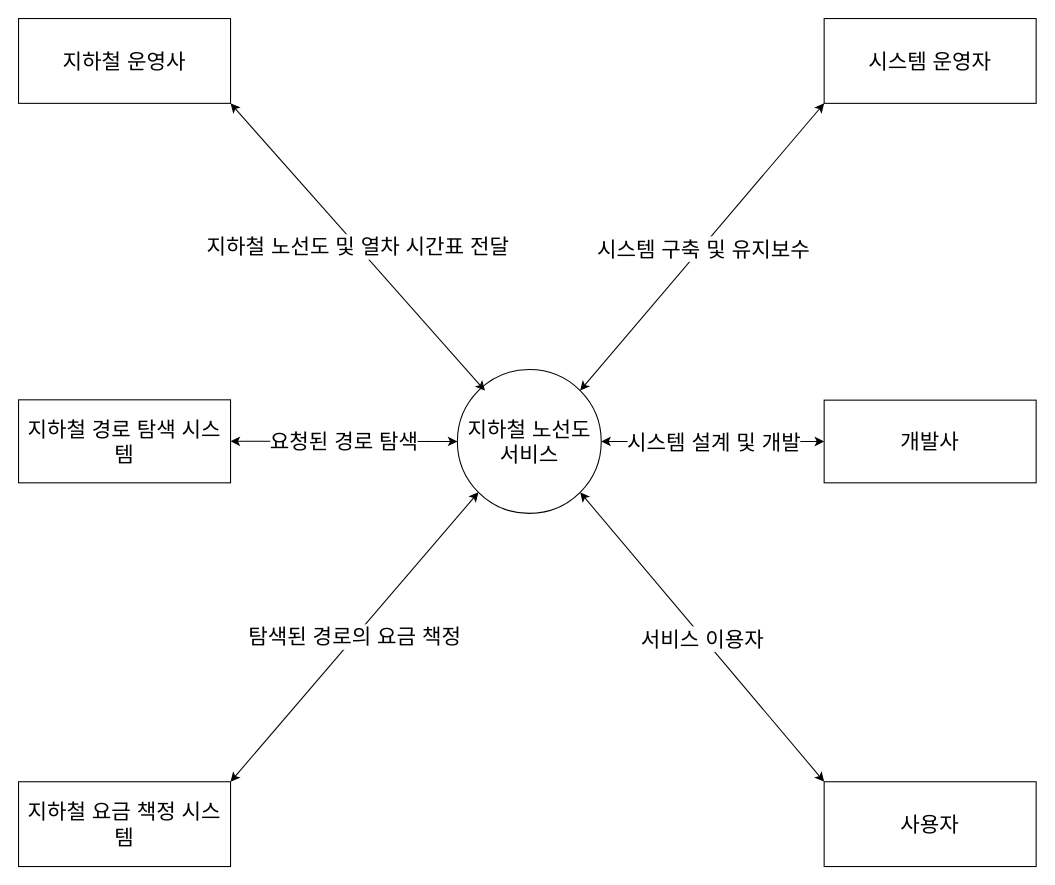
Above: SoftwareEngineering/24 소프트웨어 공학 프로젝트 Business Context Diagram.drawio in yechan-kim/Gachon_Univ. (draw.io), before the change. Source tidied: cells renumbered, new cells numbered last; positions are measured from the earlier drawing's top-left corner, leaving out a move shared by most shapes. Both pictures are drawn from the tidied source at 106%, with x=0, y=0 at pixel (18, 18).
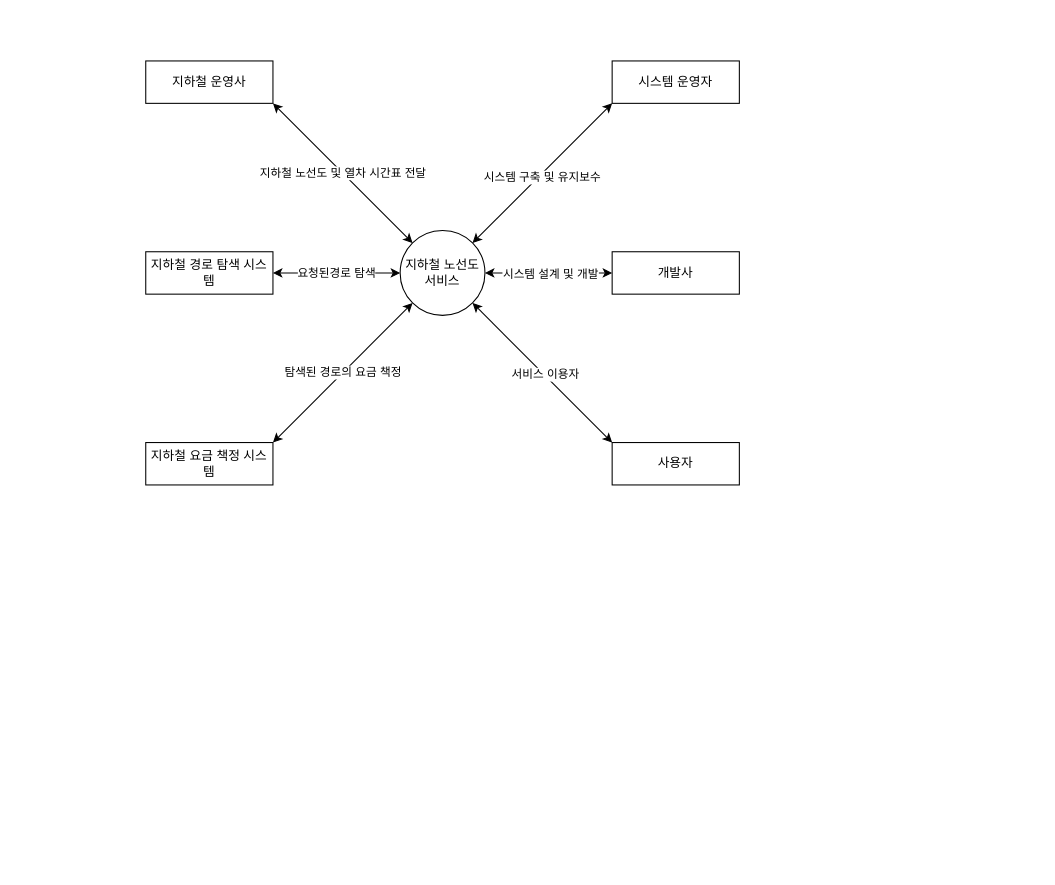
The same diagram, later.

Diff of the diagram source:
```diff
@@
-    <mxCell id="2" value="지하철 노선도&lt;div&gt;서비스&lt;/div&gt;" style="ellipse;whiteSpace=wrap;html=1;fontSize=20;" parent="1" vertex="1">
-      <mxGeometry x="414" y="331.1" width="135.7" height="135.7" as="geometry" />
+    <mxCell id="2" value="지하철 노선도 서비스" style="ellipse;whiteSpace=wrap;html=1;" parent="1" vertex="1">
+      <mxGeometry x="360" y="200" width="80" height="80" as="geometry" />
     </mxCell>
-    <mxCell id="3" value="지하철 운영사" style="rounded=0;whiteSpace=wrap;html=1;fontSize=20;" parent="1" vertex="1">
-      <mxGeometry width="200" height="80" as="geometry" />
+    <mxCell id="3" value="지하철 운영사" style="rounded=0;whiteSpace=wrap;html=1;" parent="1" vertex="1">
+      <mxGeometry x="120" y="40" width="120" height="40" as="geometry" />
     </mxCell>
-    <mxCell id="4" value="사용자" style="rounded=0;whiteSpace=wrap;html=1;fontSize=20;" parent="1" vertex="1">
-      <mxGeometry x="760" y="720" width="200" height="80" as="geometry" />
+    <mxCell id="4" value="사용자" style="rounded=0;whiteSpace=wrap;html=1;" parent="1" vertex="1">
+      <mxGeometry x="560" y="400" width="120" height="40" as="geometry" />
     </mxCell>
-    <mxCell id="5" value="시스템 운영자" style="rounded=0;whiteSpace=wrap;html=1;fontSize=20;" parent="1" vertex="1">
-      <mxGeometry x="760" width="200" height="80" as="geometry" />
+    <mxCell id="5" value="시스템 운영자" style="rounded=0;whiteSpace=wrap;html=1;" parent="1" vertex="1">
+      <mxGeometry x="560" y="40" width="120" height="40" as="geometry" />
     </mxCell>
-    <mxCell id="6" style="endArrow=classic;startArrow=classic;html=1;rounded=0;entryX=0;entryY=1;entryDx=0;entryDy=0;exitX=1;exitY=0;exitDx=0;exitDy=0;fontSize=20;" parent="1" edge="1" source="2" target="5">
+    <mxCell id="6" style="endArrow=classic;startArrow=classic;html=1;rounded=0;entryX=0;entryY=1;entryDx=0;entryDy=0;exitX=1;exitY=0;exitDx=0;exitDy=0;" parent="1" edge="1" source="2" target="5">
       <mxGeometry relative="1" as="geometry" />
     </mxCell>
-    <mxCell id="7" value="시스템 구축 및 유지보수" style="edgeLabel;html=1;align=center;verticalAlign=middle;fontSize=20;" parent="6" vertex="1">
-      <mxGeometry relative="1" as="geometry">
+    <mxCell id="7" value="시스템 구축 및 유지보수" style="edgeLabel;html=1;align=center;verticalAlign=middle;" parent="6" vertex="1">
+      <mxGeometry x="-0.02" y="-1" relative="1" as="geometry">
         <mxPoint y="1" as="offset" />
       </mxGeometry>
     </mxCell>
-    <mxCell id="8" value="지하철 노선도 및 열차 시간표 전달" style="endArrow=classic;startArrow=classic;html=1;rounded=0;entryX=1;entryY=1;entryDx=0;entryDy=0;fontSize=20;" parent="1" edge="1" target="3">
-      <mxGeometry relative="1" as="geometry">
-        <mxPoint x="440" y="351" as="sourcePoint" />
-      </mxGeometry>
+    <mxCell id="8" value="지하철 노선도 및 열차 시간표 전달" style="endArrow=classic;startArrow=classic;html=1;rounded=0;entryX=1;entryY=1;entryDx=0;entryDy=0;exitX=0;exitY=0;exitDx=0;exitDy=0;" parent="1" edge="1" source="2" target="3">
+      <mxGeometry relative="1" as="geometry" />
     </mxCell>
-    <mxCell id="9" value="개발사" style="rounded=0;whiteSpace=wrap;html=1;fontSize=20;" parent="1" vertex="1">
-      <mxGeometry x="760" y="360" width="200" height="78" as="geometry" />
+    <mxCell id="9" value="개발사" style="rounded=0;whiteSpace=wrap;html=1;" parent="1" vertex="1">
+      <mxGeometry x="560" y="220" width="120" height="40" as="geometry" />
     </mxCell>
-    <mxCell id="10" style="endArrow=classic;startArrow=classic;html=1;rounded=0;entryX=1;entryY=0.5;entryDx=0;entryDy=0;exitX=0;exitY=0.5;exitDx=0;exitDy=0;fontSize=20;" parent="1" edge="1" source="9" target="2">
+    <mxCell id="10" style="endArrow=classic;startArrow=classic;html=1;rounded=0;entryX=1;entryY=0.5;entryDx=0;entryDy=0;exitX=0;exitY=0.5;exitDx=0;exitDy=0;" parent="1" edge="1" source="9" target="2">
       <mxGeometry relative="1" as="geometry" />
     </mxCell>
-    <mxCell id="11" value="시스템 설계 및 개발" style="edgeLabel;html=1;align=center;verticalAlign=middle;fontSize=20;" parent="10" vertex="1">
-      <mxGeometry relative="1" as="geometry">
+    <mxCell id="11" value="시스템 설계 및 개발" style="edgeLabel;html=1;align=center;verticalAlign=middle;" parent="10" vertex="1">
+      <mxGeometry x="-0.02" y="-1" relative="1" as="geometry">
         <mxPoint y="1" as="offset" />
       </mxGeometry>
     </mxCell>
-    <mxCell id="12" style="endArrow=classic;startArrow=classic;html=1;rounded=0;exitX=0;exitY=0;exitDx=0;exitDy=0;entryX=1;entryY=1;entryDx=0;entryDy=0;fontSize=20;" parent="1" edge="1" source="4" target="2">
+    <mxCell id="12" style="endArrow=classic;startArrow=classic;html=1;rounded=0;exitX=0;exitY=0;exitDx=0;exitDy=0;entryX=1;entryY=1;entryDx=0;entryDy=0;" parent="1" edge="1" source="4" target="2">
       <mxGeometry relative="1" as="geometry" />
     </mxCell>
-    <mxCell id="13" value="서비스 이용자" style="edgeLabel;html=1;align=center;verticalAlign=middle;fontSize=20;" parent="12" vertex="1">
-      <mxGeometry relative="1" as="geometry">
+    <mxCell id="13" value="서비스 이용자" style="edgeLabel;html=1;align=center;verticalAlign=middle;" parent="12" vertex="1">
+      <mxGeometry x="-0.02" y="-1" relative="1" as="geometry">
         <mxPoint y="1" as="offset" />
       </mxGeometry>
     </mxCell>
-    <mxCell id="14" value="지하철 경로 탐색 시스템" style="rounded=0;whiteSpace=wrap;html=1;fontSize=20;" parent="1" vertex="1">
-      <mxGeometry y="359.7" width="200" height="78.3" as="geometry" />
+    <mxCell id="14" value="지하철 경로 탐색 시스템" style="rounded=0;whiteSpace=wrap;html=1;" parent="1" vertex="1">
+      <mxGeometry x="120" y="220" width="120" height="40" as="geometry" />
     </mxCell>
-    <mxCell id="15" value="지하철 요금 책정 시스템" style="rounded=0;whiteSpace=wrap;html=1;fontSize=20;" parent="1" vertex="1">
-      <mxGeometry y="720" width="200" height="80" as="geometry" />
+    <mxCell id="15" value="지하철 요금 책정 시스템" style="rounded=0;whiteSpace=wrap;html=1;" parent="1" vertex="1">
+      <mxGeometry x="120" y="400" width="120" height="40" as="geometry" />
     </mxCell>
-    <mxCell id="16" value="요청된 경로 탐색" style="endArrow=classic;startArrow=classic;html=1;rounded=0;entryX=1;entryY=0.5;entryDx=0;entryDy=0;exitX=0;exitY=0.5;exitDx=0;exitDy=0;fontSize=20;" parent="1" edge="1" source="2" target="14">
+    <mxCell id="16" value="요청된경로 탐색" style="endArrow=classic;startArrow=classic;html=1;rounded=0;entryX=1;entryY=0.5;entryDx=0;entryDy=0;exitX=0;exitY=0.5;exitDx=0;exitDy=0;" parent="1" edge="1" source="2" target="14">
       <mxGeometry relative="1" as="geometry" />
     </mxCell>
-    <mxCell id="17" value="탐색된 경로의 요금 책정" style="endArrow=classic;startArrow=classic;html=1;rounded=0;entryX=0;entryY=1;entryDx=0;entryDy=0;exitX=1;exitY=0;exitDx=0;exitDy=0;fontSize=20;" parent="1" edge="1" source="15" target="2">
+    <mxCell id="17" value="탐색된 경로의 요금 책정" style="endArrow=classic;startArrow=classic;html=1;rounded=0;entryX=0;entryY=1;entryDx=0;entryDy=0;exitX=1;exitY=0;exitDx=0;exitDy=0;" parent="1" edge="1" source="15" target="2">
       <mxGeometry relative="1" as="geometry" />
     </mxCell>
```
